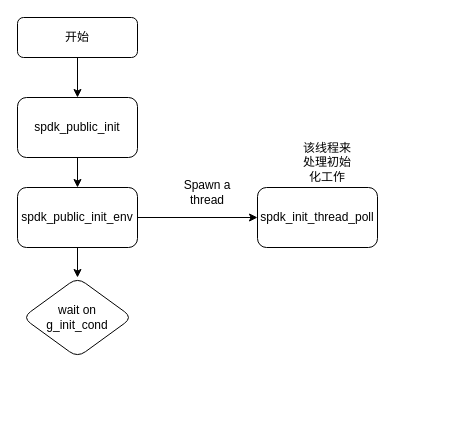
The draw.io diagram spdk_public.drawio in hayden-pzhou/drawioChart, before the edit. Source tidied: cells renumbered, new cells numbered last; positions are measured from the earlier drawing's top-left corner, leaving out a move shared by most shapes. Both pictures are drawn from the tidied source at 100%, with x=0, y=0 at pixel (17, 17).
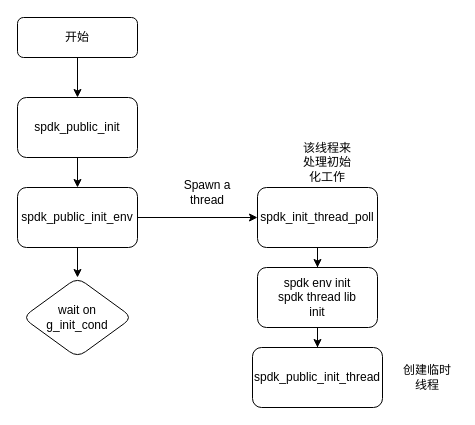
After the change.

Change to the diagram source:
```diff
@@
 <mxGraphModel>
   <root>
     <mxCell id="0" />
     <mxCell id="1" parent="0" />
     <mxCell id="2" style="edgeStyle=orthogonalEdgeStyle;rounded=0;jettySize=auto;html=1;" parent="1" edge="1" source="3" target="5">
       <mxGeometry relative="1" as="geometry" />
     </mxCell>
     <mxCell id="3" value="开始" style="rounded=1;whiteSpace=wrap;html=1;fontSize=12;glass=0;strokeWidth=1;shadow=0;" parent="1" vertex="1">
       <mxGeometry width="120" height="40" as="geometry" />
     </mxCell>
     <mxCell id="4" style="edgeStyle=orthogonalEdgeStyle;rounded=0;jettySize=auto;html=1;" parent="1" edge="1" source="5" target="8">
       <mxGeometry relative="1" as="geometry" />
     </mxCell>
     <mxCell id="5" value="spdk_public_init" style="rounded=1;whiteSpace=wrap;html=1;glass=0;strokeWidth=1;shadow=0;" parent="1" vertex="1">
       <mxGeometry y="80" width="120" height="60" as="geometry" />
     </mxCell>
     <mxCell id="6" style="edgeStyle=orthogonalEdgeStyle;rounded=0;jettySize=auto;html=1;" parent="1" edge="1" source="8" target="9">
       <mxGeometry relative="1" as="geometry" />
     </mxCell>
     <mxCell id="7" style="edgeStyle=orthogonalEdgeStyle;rounded=0;jettySize=auto;html=1;" parent="1" edge="1" source="8" target="12">
       <mxGeometry relative="1" as="geometry" />
     </mxCell>
     <mxCell id="8" value="spdk_public_init_env" style="rounded=1;whiteSpace=wrap;html=1;glass=0;strokeWidth=1;shadow=0;" parent="1" vertex="1">
       <mxGeometry y="170" width="120" height="60" as="geometry" />
     </mxCell>
+    <mxCell id="13" style="edgeStyle=orthogonalEdgeStyle;rounded=0;jettySize=auto;html=1;" parent="1" edge="1" source="9" target="15">
+      <mxGeometry relative="1" as="geometry" />
+    </mxCell>
     <mxCell id="9" value="spdk_init_thread_poll" style="whiteSpace=wrap;html=1;rounded=1;glass=0;strokeWidth=1;shadow=0;" parent="1" vertex="1">
       <mxGeometry x="240" y="170" width="120" height="60" as="geometry" />
     </mxCell>
     <mxCell id="10" value="Spawn a thread" style="text;strokeColor=none;align=center;fillColor=none;html=1;verticalAlign=middle;whiteSpace=wrap;rounded=0;" parent="1" vertex="1">
       <mxGeometry x="160" y="160" width="60" height="30" as="geometry" />
     </mxCell>
     <mxCell id="11" value="该线程来处理初始化工作" style="text;strokeColor=none;align=center;fillColor=none;html=1;verticalAlign=middle;whiteSpace=wrap;rounded=0;" parent="1" vertex="1">
       <mxGeometry x="280" y="130" width="60" height="30" as="geometry" />
     </mxCell>
     <mxCell id="12" value="wait on&lt;br&gt;g_init_cond" style="rhombus;whiteSpace=wrap;html=1;rounded=1;glass=0;strokeWidth=1;shadow=0;" parent="1" vertex="1">
       <mxGeometry x="5" y="260" width="110" height="80" as="geometry" />
     </mxCell>
+    <mxCell id="14" style="edgeStyle=orthogonalEdgeStyle;rounded=0;jettySize=auto;html=1;" parent="1" edge="1" source="15" target="16">
+      <mxGeometry relative="1" as="geometry" />
+    </mxCell>
+    <mxCell id="15" value="spdk env init&lt;br&gt;spdk thread lib&lt;br&gt;init" style="rounded=1;whiteSpace=wrap;html=1;glass=0;strokeWidth=1;shadow=0;" parent="1" vertex="1">
+      <mxGeometry x="240" y="250" width="120" height="60" as="geometry" />
+    </mxCell>
+    <mxCell id="16" value="spdk_public_init_thread" style="whiteSpace=wrap;html=1;rounded=1;glass=0;strokeWidth=1;shadow=0;" parent="1" vertex="1">
+      <mxGeometry x="235" y="330" width="130" height="60" as="geometry" />
+    </mxCell>
+    <mxCell id="17" value="创建临时线程" style="text;strokeColor=none;align=center;fillColor=none;html=1;verticalAlign=middle;whiteSpace=wrap;rounded=0;" parent="1" vertex="1">
+      <mxGeometry x="380" y="345" width="60" height="30" as="geometry" />
+    </mxCell>
   </root>
 </mxGraphModel>
```
